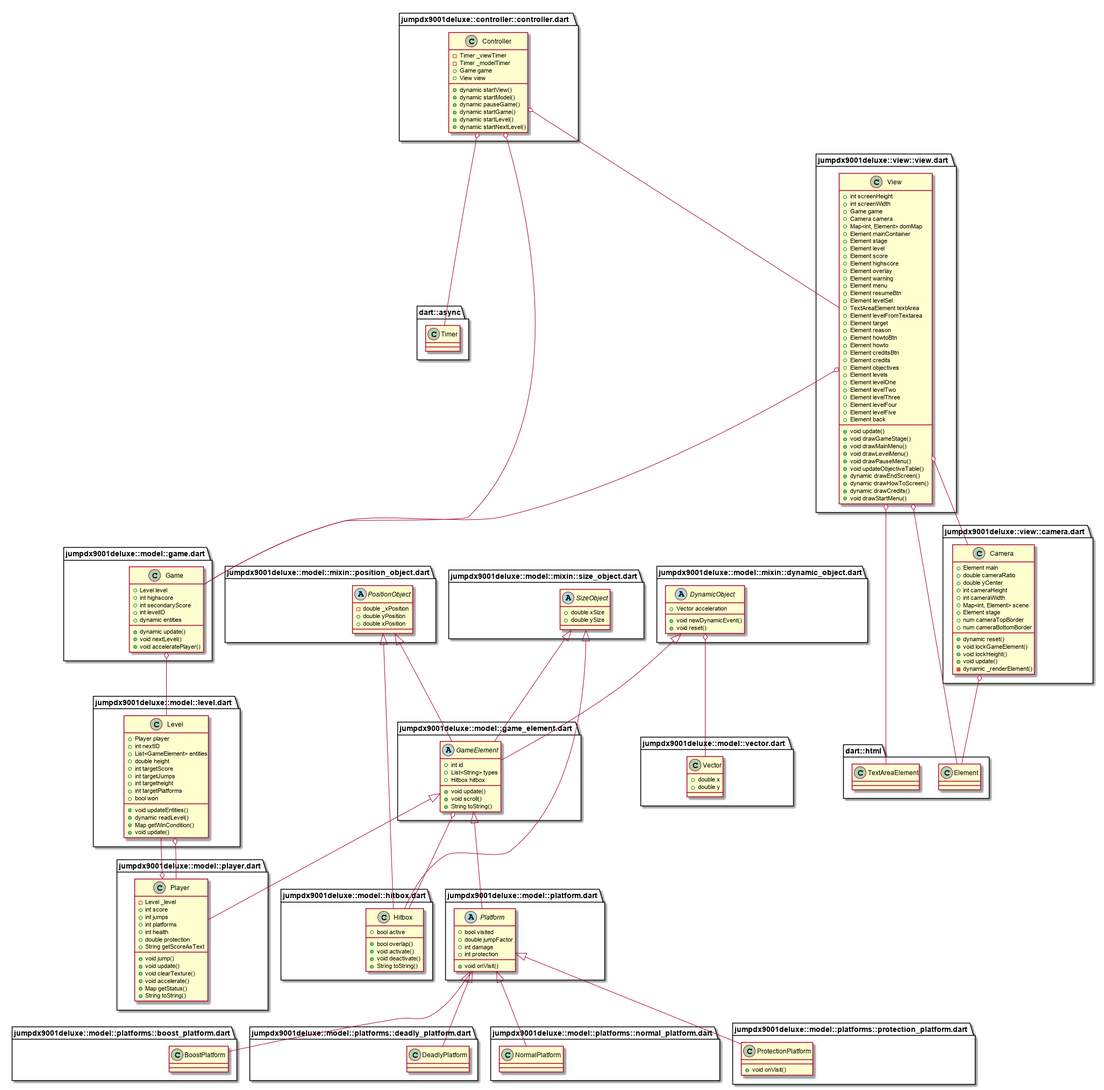
Earlier version of the PlantUML export Doku/uml.png (Klogzer/BlockJumpy).
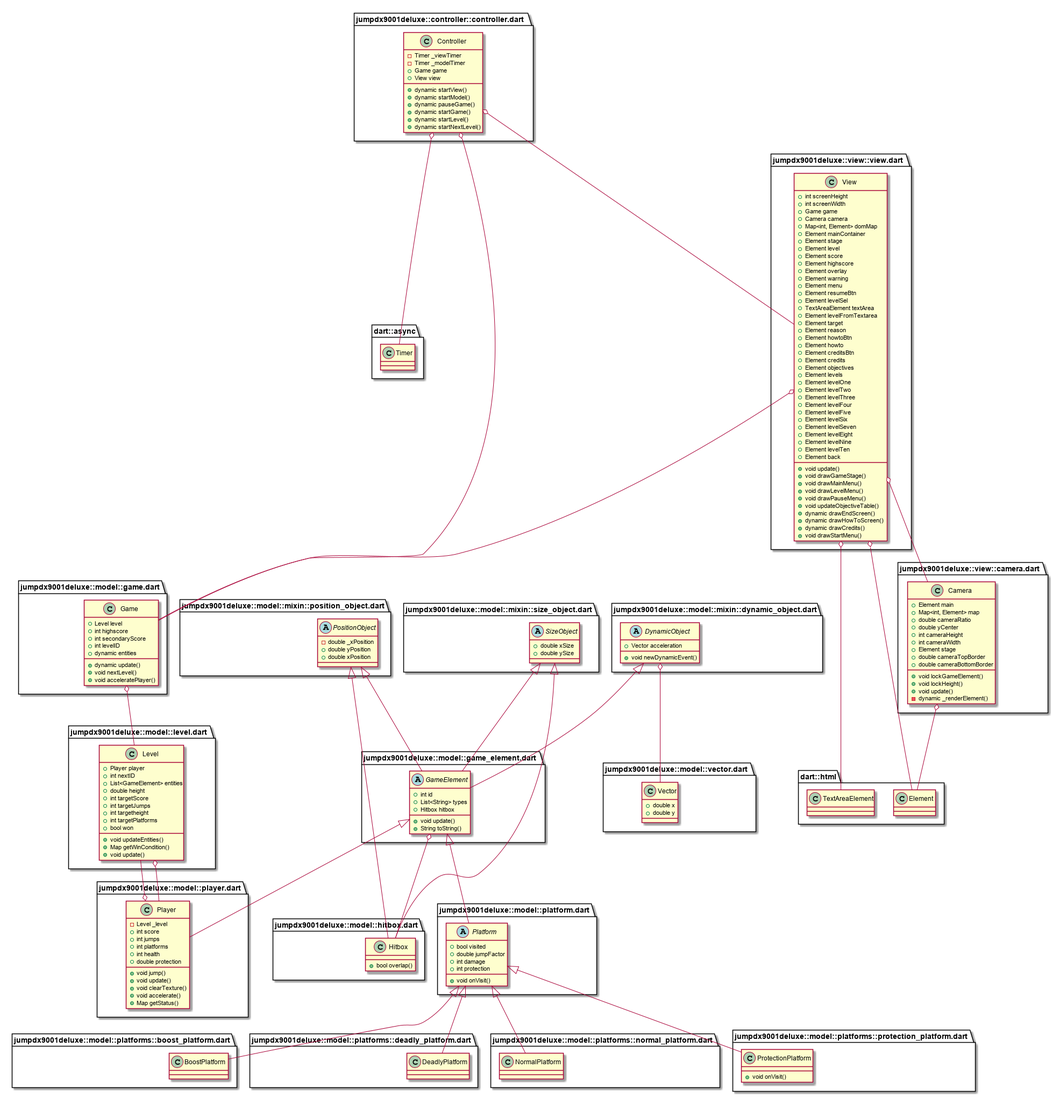
After the change.

Change to the diagram source:
```diff
@@ -36,7 +36,6 @@
   +List<String> types
   +Hitbox hitbox
   +void update()
-  +void scroll()
   +String toString()
 }
 
@@ -46,11 +45,7 @@
 "jumpdx9001deluxe::model::mixin::dynamic_object.dart::DynamicObject" <|-- "jumpdx9001deluxe::model::game_element.dart::GameElement"
 
 class "jumpdx9001deluxe::model::hitbox.dart::Hitbox" {
-  +bool active
   +bool overlap()
-  +void activate()
-  +void deactivate()
-  +String toString()
 }
 
 "jumpdx9001deluxe::model::mixin::position_object.dart::PositionObject" <|-- "jumpdx9001deluxe::model::hitbox.dart::Hitbox"
@@ -67,7 +62,6 @@
   +int targetPlatforms
   +bool won
   +void updateEntities()
-  +dynamic readLevel()
   +Map getWinCondition()
   +void update()
 }
@@ -77,7 +71,6 @@
 abstract class "jumpdx9001deluxe::model::mixin::dynamic_object.dart::DynamicObject" {
   +Vector acceleration
   +void newDynamicEvent()
-  +void reset()
 }
 
 "jumpdx9001deluxe::model::mixin::dynamic_object.dart::DynamicObject" o-- "jumpdx9001deluxe::model::vector.dart::Vector"
@@ -131,13 +124,11 @@
   +int platforms
   +int health
   +double protection
-  +String getScoreAsText
   +void jump()
   +void update()
   +void clearTexture()
   +void accelerate()
   +Map getStatus()
-  +String toString()
 }
 
 "jumpdx9001deluxe::model::player.dart::Player" o-- "jumpdx9001deluxe::model::level.dart::Level"
@@ -150,15 +141,14 @@
 
 class "jumpdx9001deluxe::view::camera.dart::Camera" {
   +Element main
+  +Map<int, Element> map
   +double cameraRatio
   +double yCenter
   +int cameraHeight
   +int cameraWidth
-  +Map<int, Element> scene
   +Element stage
-  +num cameraTopBorder
-  +num cameraBottomBorder
-  +dynamic reset()
+  +double cameraTopBorder
+  +double cameraBottomBorder
   +void lockGameElement()
   +void lockHeight()
   +void update()
@@ -198,6 +188,11 @@
   +Element levelThree
   +Element levelFour
   +Element levelFive
+  +Element levelSix
+  +Element levelSeven
+  +Element levelEight
+  +Element levelNine
+  +Element levelTen
   +Element back
   +void update()
   +void drawGameStage()
```
